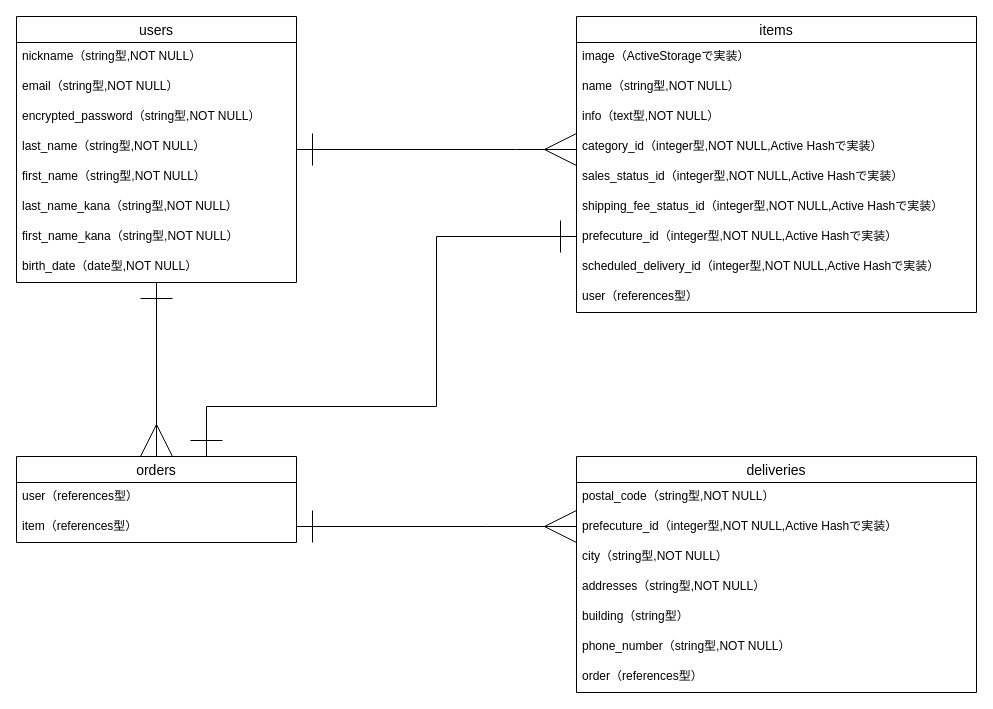
Before: furima-31134.dio in 1000channel/furima-31134, a draw.io diagram. Source tidied: cells renumbered, new cells numbered last; positions are measured from the earlier drawing's top-left corner, leaving out a move shared by most shapes. Both pictures are drawn from the tidied source at 100%, with x=0, y=0 at pixel (16, 16).
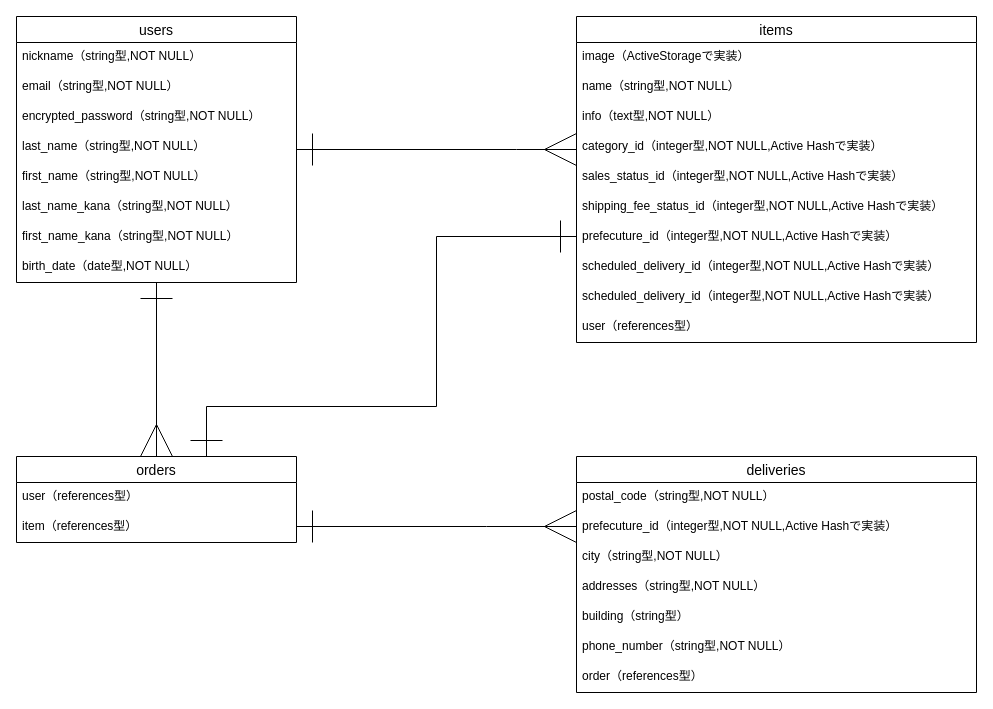
Above is the later version.

Diff of the diagram source:
```diff
@@
     <mxCell id="15" value="items" style="swimlane;fontStyle=0;horizontal=1;startSize=26;align=center;fontSize=14;" parent="1" vertex="1">
-      <mxGeometry x="560" width="400" height="296" as="geometry" />
+      <mxGeometry x="560" width="400" height="326" as="geometry" />
     </mxCell>
@@
+    <mxCell id="36" value="scheduled_delivery_id（integer型,NOT NULL,Active Hashで実装）" style="text;strokeColor=none;fillColor=none;spacingLeft=4;spacingRight=4;overflow=hidden;fontSize=12;" parent="15" vertex="1">
+      <mxGeometry y="236" width="400" height="30" as="geometry" />
+    </mxCell>
     <mxCell id="23" value="scheduled_delivery_id（integer型,NOT NULL,Active Hashで実装）" style="text;strokeColor=none;fillColor=none;spacingLeft=4;spacingRight=4;overflow=hidden;fontSize=12;" parent="15" vertex="1">
-      <mxGeometry y="236" width="400" height="30" as="geometry" />
+      <mxGeometry y="266" width="400" height="30" as="geometry" />
     </mxCell>
     <mxCell id="24" value="user（references型）" style="text;strokeColor=none;fillColor=none;spacingLeft=4;spacingRight=4;overflow=hidden;fontSize=12;" parent="15" vertex="1">
-      <mxGeometry y="266" width="400" height="30" as="geometry" />
+      <mxGeometry y="296" width="400" height="30" as="geometry" />
     </mxCell>
```
